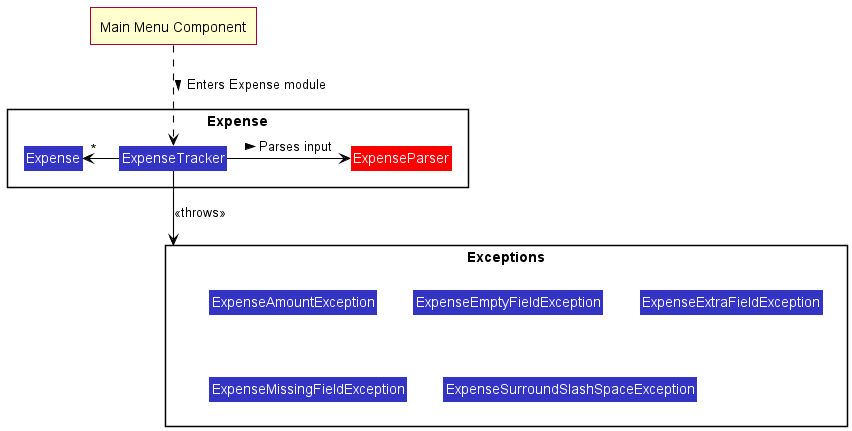
This is docs/images/ExpenseClassDiagram.png from nus-cs2113-AY2122S2/tp, a PlantUML export, as it was before one commit.
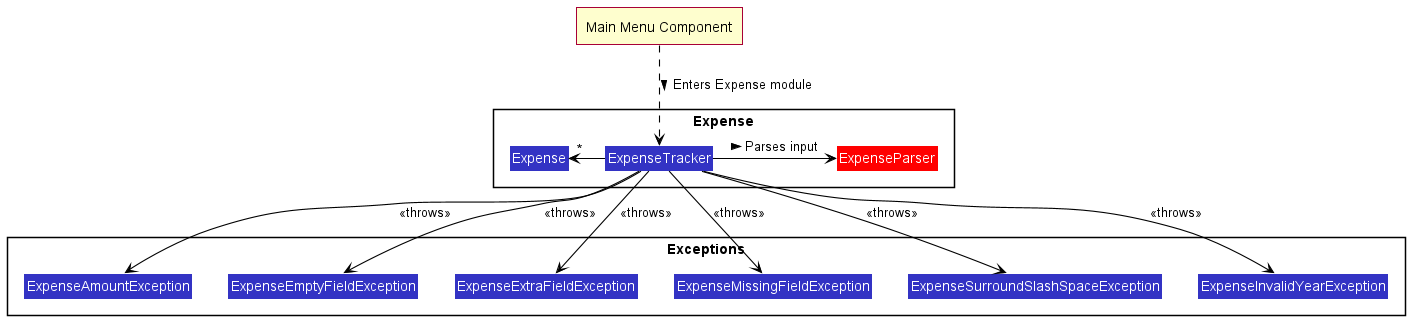
The same diagram one commit later.

Commit message:
Fix bug for negative year values and printing of found expense records

The edit, as a diff of the source:
```diff
@@ -15,12 +15,18 @@
     Class ExpenseExtraFieldException
     Class ExpenseMissingFieldException
     Class ExpenseSurroundSlashSpaceException
+    Class ExpenseInvalidYearException
 }
 package MainMenu as "Main Menu Component" {
 }
 
 Class HiddenOutside #FFFFFF
-ExpenseTracker -down-> Exceptions : "<<throws>>"
+ExpenseTracker -down-> ExpenseAmountException : "<<throws>>"
+ExpenseTracker -down-> ExpenseExtraFieldException : "<<throws>>"
+ExpenseTracker -down-> ExpenseEmptyFieldException : "<<throws>>"
+ExpenseTracker -down-> ExpenseMissingFieldException : "<<throws>>"
+ExpenseTracker -down-> ExpenseSurroundSlashSpaceException : "<<throws>>"
+ExpenseTracker -down-> ExpenseInvalidYearException : "<<throws>>"
 MainMenu ..> ExpenseTracker : Enters Expense module >
 ExpenseTracker -left--> "*" Expense
 ExpenseTracker -right-> "ExpenseParser" : Parses input >
```
